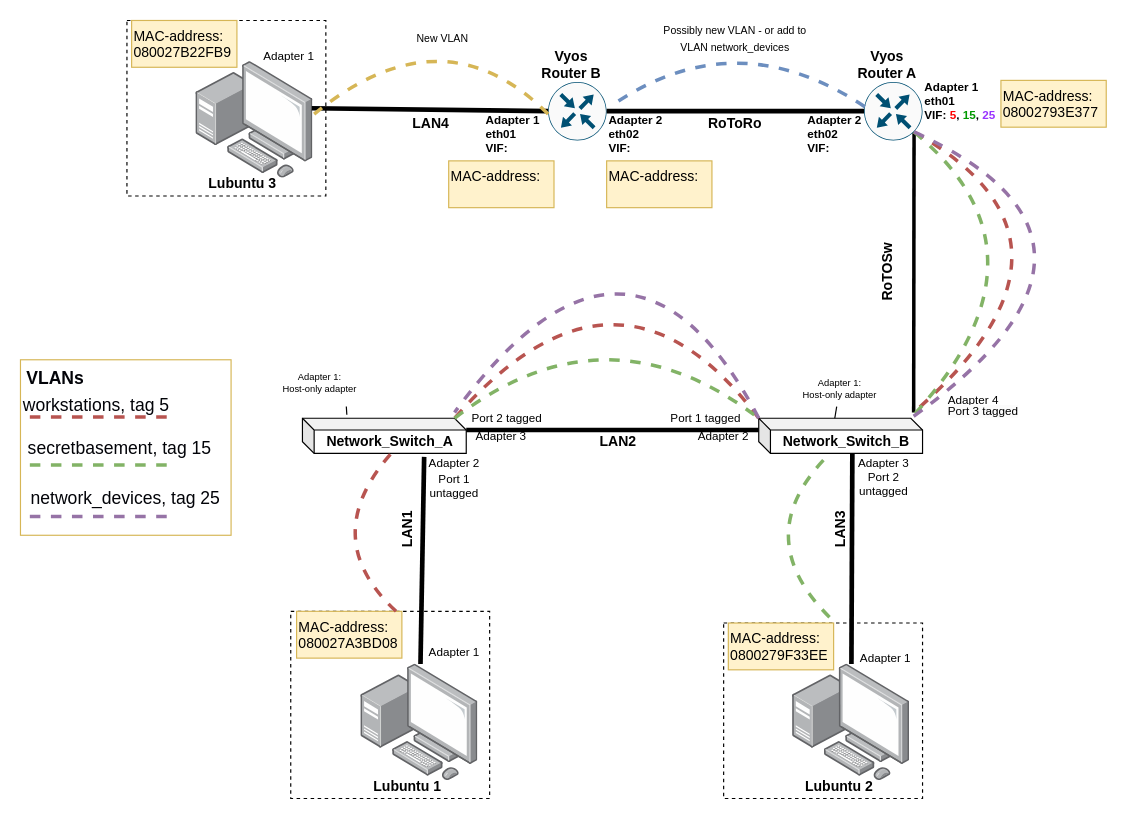
Kjersheim/DataNetworksIntro2023 keeps this draw.io diagram as page "Physical Topology" (1 of 3) of documentation/E05/E05NetworkCharts.drawio. Above is the earlier version. Source tidied: cells renumbered, new cells numbered last; positions are measured from the earlier drawing's top-left corner, leaving out a move shared by most shapes. Both pictures are drawn from the tidied source at 117%, with x=0, y=0 at pixel (20, 8).
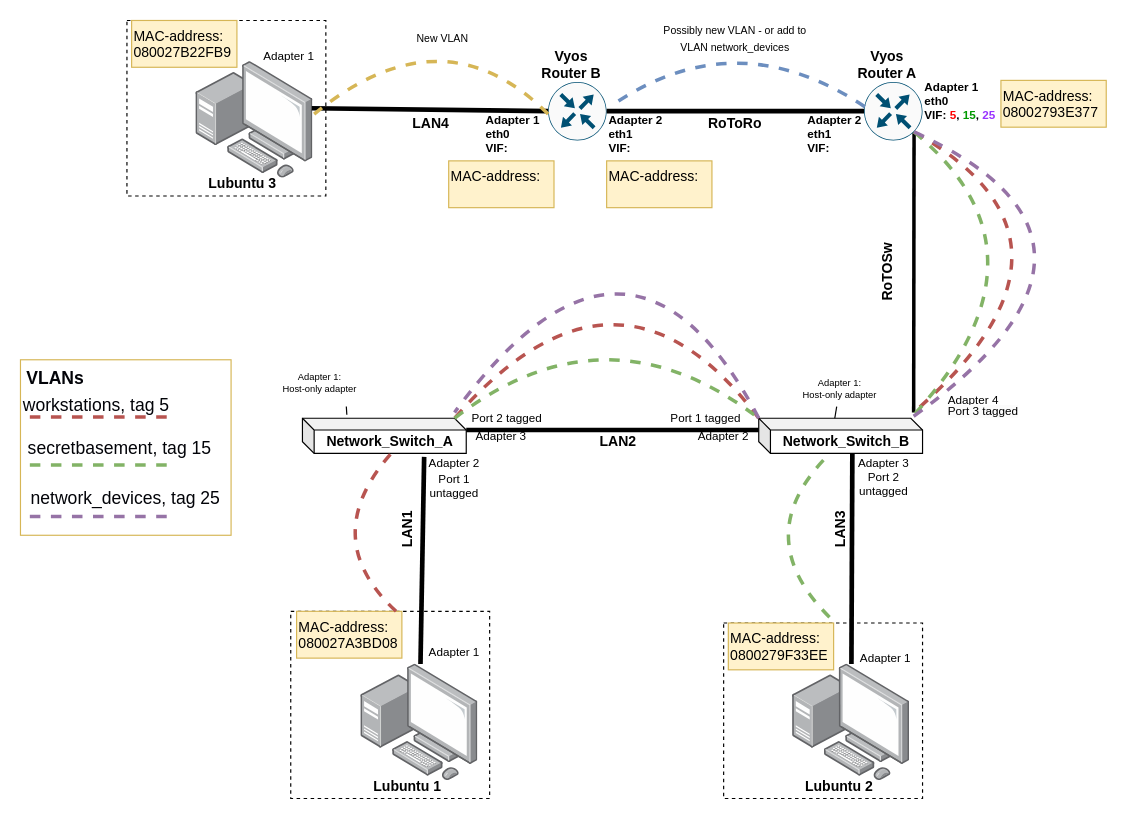
The same diagram, later.

Commit message (it also covers changes not shown here):
E04 fixing interface eth01 to eth0 on both logical and physical topology

The edit, as a diff of the source:
```diff
@@
-    <mxCell id="33" value="Adapter 1&lt;br&gt;eth01&lt;br&gt;VIF: &lt;font color=&quot;#ff0000&quot;&gt;5&lt;/font&gt;&lt;font color=&quot;#020308&quot;&gt;, &lt;/font&gt;&lt;font color=&quot;#009900&quot;&gt;15&lt;/font&gt;&lt;font color=&quot;#020308&quot;&gt;, &lt;/font&gt;&lt;font color=&quot;#9933ff&quot;&gt;25&lt;/font&gt;" style="text;strokeColor=none;align=left;fillColor=none;html=1;verticalAlign=top;whiteSpace=wrap;rounded=0;rotation=0;fontStyle=1;fontSize=10;" parent="1" vertex="1">
+    <mxCell id="33" value="Adapter 1&lt;br&gt;eth0&lt;br&gt;VIF: &lt;font color=&quot;#ff0000&quot;&gt;5&lt;/font&gt;&lt;font color=&quot;#020308&quot;&gt;, &lt;/font&gt;&lt;font color=&quot;#009900&quot;&gt;15&lt;/font&gt;&lt;font color=&quot;#020308&quot;&gt;, &lt;/font&gt;&lt;font color=&quot;#9933ff&quot;&gt;25&lt;/font&gt;" style="text;strokeColor=none;align=left;fillColor=none;html=1;verticalAlign=top;whiteSpace=wrap;rounded=0;rotation=0;fontStyle=1;fontSize=10;" parent="1" vertex="1">
       <mxGeometry x="771" y="55" width="70" height="52.5" as="geometry" />
     </mxCell>
@@
-    <mxCell id="63" value="Adapter 1&lt;br&gt;eth01&lt;br&gt;VIF:" style="text;strokeColor=none;align=left;fillColor=none;html=1;verticalAlign=top;whiteSpace=wrap;rounded=0;rotation=0;fontStyle=1;fontSize=10;" parent="1" vertex="1">
+    <mxCell id="63" value="Adapter 1&lt;br&gt;eth0&lt;br&gt;VIF:" style="text;strokeColor=none;align=left;fillColor=none;html=1;verticalAlign=top;whiteSpace=wrap;rounded=0;rotation=0;fontStyle=1;fontSize=10;" parent="1" vertex="1">
       <mxGeometry x="396" y="82.5" width="70" height="52.5" as="geometry" />
     </mxCell>
@@
-    <mxCell id="69" value="Adapter 2&lt;br&gt;eth02&lt;br&gt;VIF:" style="text;strokeColor=none;align=left;fillColor=none;html=1;verticalAlign=top;whiteSpace=wrap;rounded=0;rotation=0;fontStyle=1;fontSize=10;" parent="1" vertex="1">
+    <mxCell id="69" value="Adapter 2&lt;br&gt;eth1&lt;br&gt;VIF:" style="text;strokeColor=none;align=left;fillColor=none;html=1;verticalAlign=top;whiteSpace=wrap;rounded=0;rotation=0;fontStyle=1;fontSize=10;" parent="1" vertex="1">
       <mxGeometry x="501" y="82.5" width="70" height="52.5" as="geometry" />
     </mxCell>
@@
-    <mxCell id="75" value="Adapter 2&lt;br&gt;eth02&lt;br&gt;VIF:" style="text;strokeColor=none;align=left;fillColor=none;html=1;verticalAlign=top;whiteSpace=wrap;rounded=0;rotation=0;fontStyle=1;fontSize=10;" parent="1" vertex="1">
+    <mxCell id="75" value="Adapter 2&lt;br&gt;eth1&lt;br&gt;VIF:" style="text;strokeColor=none;align=left;fillColor=none;html=1;verticalAlign=top;whiteSpace=wrap;rounded=0;rotation=0;fontStyle=1;fontSize=10;" parent="1" vertex="1">
       <mxGeometry x="671" y="82.5" width="70" height="52.5" as="geometry" />
     </mxCell>
```
